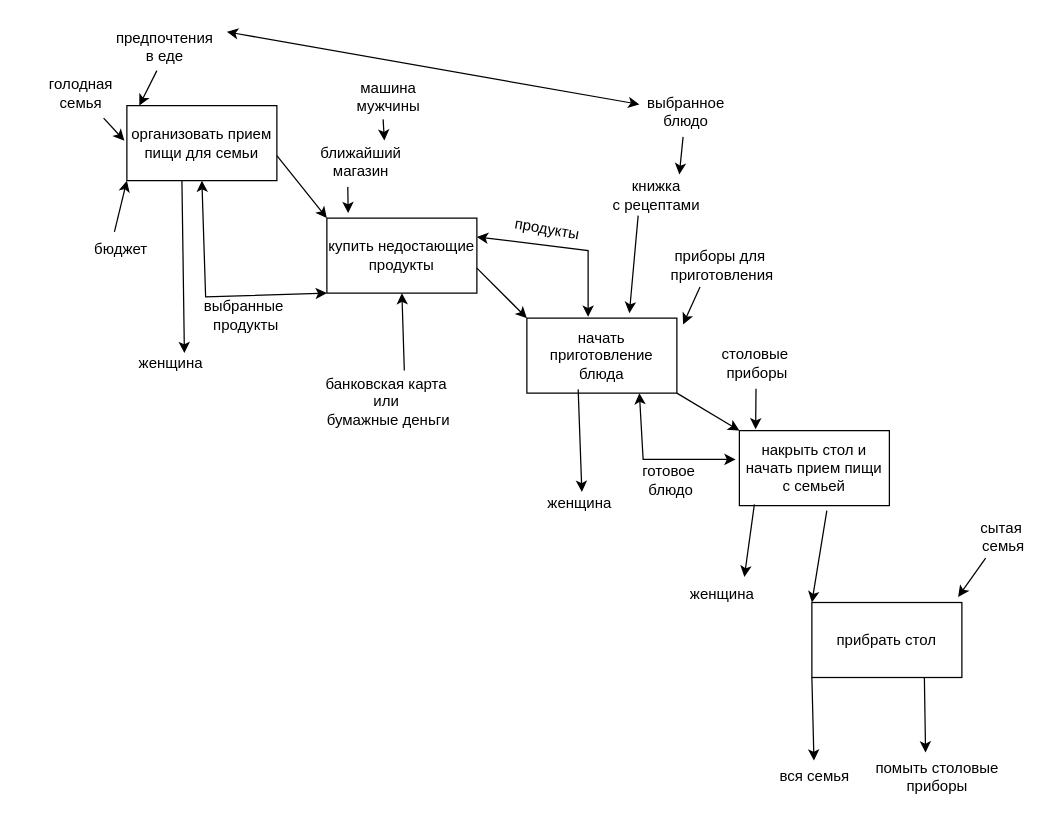
Earlier version of the draw.io diagram Диаграмма без названия.drawio (AndreyTam1337/-). Source tidied: cells renumbered, new cells numbered last; positions are measured from the earlier drawing's top-left corner, leaving out a move shared by most shapes. Both pictures are drawn from the tidied source at 125%, with x=0, y=0 at pixel (36, 21).
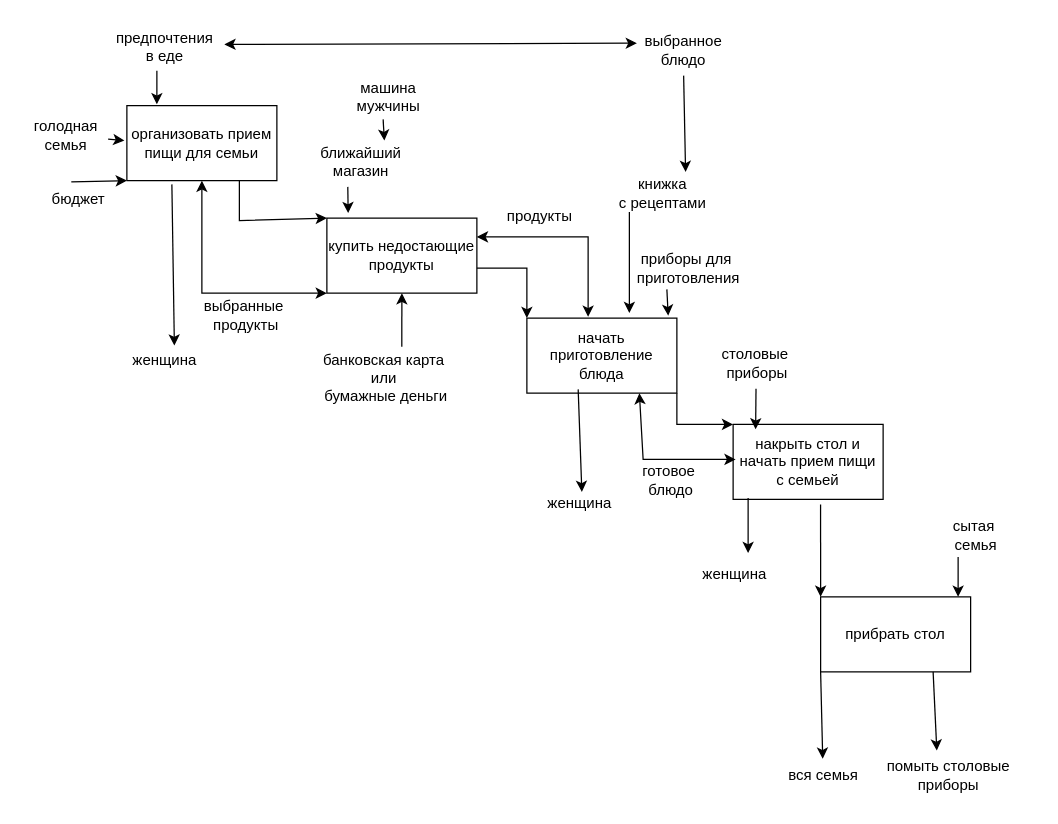
The same page after the edit.

The change refers to these unchanged cells:
```xml
<mxCell id="2" value="организовать прием пищи для семьи" style="rounded=0;whiteSpace=wrap;html=1;" parent="1" vertex="1">
  <mxGeometry x="72" y="67" width="120" height="60" as="geometry" />
</mxCell>
<mxCell id="3" value="купить недостающие продукты" style="rounded=0;whiteSpace=wrap;html=1;" parent="1" vertex="1">
  <mxGeometry x="232" y="157" width="120" height="60" as="geometry" />
</mxCell>
<mxCell id="4" value="начать приготовление блюда" style="rounded=0;whiteSpace=wrap;html=1;" parent="1" vertex="1">
  <mxGeometry x="392" y="237" width="120" height="60" as="geometry" />
</mxCell>
<mxCell id="13" value="предпочтения&lt;div&gt;в еде&lt;/div&gt;" style="text;html=1;align=center;verticalAlign=middle;points=[];strokeColor=none;fillColor=none;" parent="1" vertex="1">
  <mxGeometry x="52" width="100" height="40" as="geometry" />
</mxCell>
```

Change to the diagram source:
```diff
@@
     <mxCell id="5" value="накрыть стол и начать прием пищи с семьей" style="rounded=0;whiteSpace=wrap;html=1;" parent="1" vertex="1">
-      <mxGeometry x="562" y="327" width="120" height="60" as="geometry" />
+      <mxGeometry x="557" y="322" width="120" height="60" as="geometry" />
     </mxCell>
     <mxCell id="6" value="прибрать стол" style="rounded=0;whiteSpace=wrap;html=1;" parent="1" vertex="1">
-      <mxGeometry x="620" y="464.5" width="120" height="60" as="geometry" />
+      <mxGeometry x="627" y="460" width="120" height="60" as="geometry" />
     </mxCell>
     <mxCell id="7" style="endArrow=classic;html=1;rounded=0;" parent="1" edge="1">
       <mxGeometry relative="1" as="geometry">
-        <mxPoint x="192" y="107" as="sourcePoint" />
+        <mxPoint x="162" y="127" as="sourcePoint" />
         <mxPoint x="232" y="157" as="targetPoint" />
+        <Array as="points">
+          <mxPoint x="162" y="159" />
+        </Array>
       </mxGeometry>
     </mxCell>
     <mxCell id="8" style="endArrow=classic;html=1;rounded=0;entryX=0;entryY=0;entryDx=0;entryDy=0;" parent="1" edge="1" target="4">
       <mxGeometry relative="1" as="geometry">
         <mxPoint x="352" y="197" as="sourcePoint" />
+        <Array as="points">
+          <mxPoint x="392" y="197" />
+        </Array>
       </mxGeometry>
     </mxCell>
     <mxCell id="9" style="endArrow=classic;html=1;rounded=0;entryX=0;entryY=0;entryDx=0;entryDy=0;exitX=1;exitY=1;exitDx=0;exitDy=0;" parent="1" edge="1" source="4" target="5">
-      <mxGeometry relative="1" as="geometry" />
+      <mxGeometry relative="1" as="geometry">
+        <Array as="points">
+          <mxPoint x="512" y="322" />
+        </Array>
+      </mxGeometry>
     </mxCell>
@@
     <mxCell id="12" value="бюджет" style="text;html=1;align=center;verticalAlign=middle;points=[];strokeColor=none;fillColor=none;" parent="1" vertex="1">
-      <mxGeometry x="32" y="167" width="70" height="30" as="geometry" />
+      <mxGeometry x="-2.5" y="127" width="70" height="30" as="geometry" />
     </mxCell>
@@
-    <mxCell id="14" style="endArrow=classic;html=1;rounded=0;entryX=0.083;entryY=0;entryDx=0;entryDy=0;entryPerimeter=0;exitX=0.44;exitY=0.975;exitDx=0;exitDy=0;exitPerimeter=0;" parent="1" edge="1" source="13" target="2">
-      <mxGeometry relative="1" as="geometry" />
+    <mxCell id="14" style="endArrow=classic;html=1;rounded=0;exitX=0.44;exitY=0.975;exitDx=0;exitDy=0;exitPerimeter=0;" parent="1" edge="1" source="13">
+      <mxGeometry relative="1" as="geometry">
+        <mxPoint x="96" y="66" as="targetPoint" />
+      </mxGeometry>
     </mxCell>
@@
-    <mxCell id="20" style="endArrow=classic;startArrow=classic;html=1;rounded=0;exitX=0.5;exitY=1;exitDx=0;exitDy=0;entryX=0;entryY=1;entryDx=0;entryDy=0;" parent="1" edge="1" source="2" target="3">
+    <mxCell id="20" style="endArrow=classic;startArrow=classic;html=1;rounded=0;entryX=0;entryY=1;entryDx=0;entryDy=0;exitX=0.5;exitY=1;exitDx=0;exitDy=0;" parent="1" edge="1" source="2" target="3">
       <mxGeometry relative="1" as="geometry">
         <Array as="points">
-          <mxPoint x="135" y="220" />
+          <mxPoint x="132" y="217" />
         </Array>
       </mxGeometry>
     </mxCell>
     <mxCell id="21" value="банковская карта&amp;nbsp;&lt;div&gt;или&amp;nbsp;&lt;/div&gt;&lt;div&gt;бумажные деньги&lt;/div&gt;" style="text;html=1;align=center;verticalAlign=middle;points=[];strokeColor=none;fillColor=none;" parent="1" vertex="1">
-      <mxGeometry x="221" y="274" width="120" height="60" as="geometry" />
+      <mxGeometry x="219" y="255" width="120" height="60" as="geometry" />
     </mxCell>
@@
-    <mxCell id="25" value="продукты" style="text;html=1;align=center;verticalAlign=middle;strokeColor=none;fillColor=none;rotation=10;" parent="1" vertex="1">
-      <mxGeometry x="373" y="153" width="70" height="26" as="geometry" />
+    <mxCell id="25" value="продукты" style="text;html=1;align=center;verticalAlign=middle;strokeColor=none;fillColor=none;rotation=0;" parent="1" vertex="1">
+      <mxGeometry x="367" y="143" width="70" height="26" as="geometry" />
     </mxCell>
     <mxCell id="26" style="endArrow=classic;startArrow=classic;html=1;rounded=0;exitX=1;exitY=0.25;exitDx=0;exitDy=0;" parent="1" edge="1" source="3">
       <mxGeometry relative="1" as="geometry">
         <mxPoint x="441" y="236" as="targetPoint" />
         <Array as="points">
-          <mxPoint x="441" y="183" />
+          <mxPoint x="441" y="172" />
         </Array>
       </mxGeometry>
     </mxCell>
     <mxCell id="27" value="книжка&amp;nbsp;&lt;div&gt;с рецептами&amp;nbsp;&lt;/div&gt;" style="text;html=1;align=center;verticalAlign=middle;points=[];strokeColor=none;fillColor=none;" parent="1" vertex="1">
-      <mxGeometry x="451" y="118" width="91" height="41" as="geometry" />
+      <mxGeometry x="456" y="116" width="91" height="41" as="geometry" />
     </mxCell>
-    <mxCell id="28" style="endArrow=classic;html=1;rounded=0;exitX=0.33;exitY=0.902;exitDx=0;exitDy=0;exitPerimeter=0;" parent="1" edge="1" source="27">
+    <mxCell id="28" style="endArrow=classic;html=1;rounded=0;" parent="1" edge="1">
       <mxGeometry relative="1" as="geometry">
+        <mxPoint x="474" y="152" as="sourcePoint" />
         <mxPoint x="474" y="233" as="targetPoint" />
       </mxGeometry>
     </mxCell>
     <mxCell id="29" value="выбранное&lt;br&gt;блюдо" style="text;html=1;align=center;verticalAlign=middle;points=[];strokeColor=none;fillColor=none;" parent="1" vertex="1">
-      <mxGeometry x="479" y="51" width="80" height="41" as="geometry" />
+      <mxGeometry x="477" y="2" width="80" height="41" as="geometry" />
     </mxCell>
@@
-    <mxCell id="31" style="endArrow=classic;startArrow=classic;html=1;rounded=0;entryX=0.038;entryY=0.366;entryDx=0;entryDy=0;entryPerimeter=0;exitX=1;exitY=0.2;exitDx=0;exitDy=0;exitPerimeter=0;" parent="1" edge="1" source="13" target="29">
+    <mxCell id="31" style="endArrow=classic;startArrow=classic;html=1;rounded=0;entryX=0.038;entryY=0.366;entryDx=0;entryDy=0;entryPerimeter=0;exitX=0.98;exitY=0.45;exitDx=0;exitDy=0;exitPerimeter=0;" parent="1" edge="1" source="13" target="29">
       <mxGeometry relative="1" as="geometry" />
     </mxCell>
     <mxCell id="32" value="приборы для&amp;nbsp;&lt;div&gt;приготовления&lt;/div&gt;" style="text;html=1;align=center;verticalAlign=middle;points=[];strokeColor=none;fillColor=none;" parent="1" vertex="1">
-      <mxGeometry x="497.5" y="174" width="100" height="41" as="geometry" />
+      <mxGeometry x="471" y="176" width="100" height="41" as="geometry" />
     </mxCell>
-    <mxCell id="33" style="endArrow=classic;html=1;rounded=0;exitX=0.33;exitY=0.927;exitDx=0;exitDy=0;exitPerimeter=0;" parent="1" edge="1" source="32">
-      <mxGeometry relative="1" as="geometry">
-        <mxPoint x="517" y="242" as="targetPoint" />
-      </mxGeometry>
+    <mxCell id="33" style="endArrow=classic;html=1;rounded=0;exitX=0.33;exitY=0.927;exitDx=0;exitDy=0;exitPerimeter=0;entryX=0.942;entryY=-0.033;entryDx=0;entryDy=0;entryPerimeter=0;" parent="1" edge="1" source="32" target="4">
+      <mxGeometry relative="1" as="geometry" />
     </mxCell>
     <mxCell id="34" value="женщина" style="text;html=1;align=center;verticalAlign=middle;points=[];strokeColor=none;fillColor=none;" parent="1" vertex="1">
-      <mxGeometry x="72" y="260" width="69" height="26" as="geometry" />
+      <mxGeometry x="67.5" y="258" width="69" height="26" as="geometry" />
     </mxCell>
-    <mxCell id="35" style="endArrow=classic;html=1;rounded=0;entryX=0.667;entryY=0.192;entryDx=0;entryDy=0;entryPerimeter=0;exitX=0.367;exitY=1;exitDx=0;exitDy=0;exitPerimeter=0;" parent="1" edge="1" source="2" target="34">
-      <mxGeometry relative="1" as="geometry" />
+    <mxCell id="35" style="endArrow=classic;html=1;rounded=0;" parent="1" edge="1">
+      <mxGeometry relative="1" as="geometry">
+        <mxPoint x="108" y="130" as="sourcePoint" />
+        <mxPoint x="110" y="259" as="targetPoint" />
+      </mxGeometry>
     </mxCell>
     <mxCell id="36" value="женщина" style="text;html=1;align=center;verticalAlign=middle;points=[];strokeColor=none;fillColor=none;" parent="1" vertex="1">
-      <mxGeometry x="513" y="445" width="69" height="26" as="geometry" />
+      <mxGeometry x="523" y="429" width="69" height="26" as="geometry" />
     </mxCell>
-    <mxCell id="37" style="endArrow=classic;html=1;rounded=0;entryX=0.768;entryY=-0.038;entryDx=0;entryDy=0;entryPerimeter=0;exitX=0.1;exitY=0.983;exitDx=0;exitDy=0;exitPerimeter=0;" parent="1" edge="1" source="5" target="36">
-      <mxGeometry relative="1" as="geometry" />
+    <mxCell id="37" style="endArrow=classic;html=1;rounded=0;exitX=0.1;exitY=0.983;exitDx=0;exitDy=0;exitPerimeter=0;" parent="1" edge="1" source="5">
+      <mxGeometry relative="1" as="geometry">
+        <mxPoint x="569" y="425" as="targetPoint" />
+      </mxGeometry>
     </mxCell>
@@
     <mxCell id="42" value="вся семья" style="text;html=1;align=center;verticalAlign=middle;points=[];strokeColor=none;fillColor=none;" parent="1" vertex="1">
-      <mxGeometry x="585" y="591" width="74" height="26" as="geometry" />
+      <mxGeometry x="592" y="589.5" width="74" height="26" as="geometry" />
     </mxCell>
@@
     <mxCell id="44" value="помыть столовые&lt;div&gt;приборы&lt;/div&gt;" style="text;html=1;align=center;verticalAlign=middle;points=[];strokeColor=none;fillColor=none;" parent="1" vertex="1">
-      <mxGeometry x="662" y="583.5" width="116" height="41" as="geometry" />
+      <mxGeometry x="671" y="582" width="116" height="41" as="geometry" />
     </mxCell>
@@
     <mxCell id="46" value="голодная&lt;div&gt;семья&lt;/div&gt;" style="text;html=1;align=center;verticalAlign=middle;points=[];strokeColor=none;fillColor=none;" parent="1" vertex="1">
-      <mxGeometry y="36" width="69" height="41" as="geometry" />
+      <mxGeometry x="-12" y="70" width="69" height="41" as="geometry" />
     </mxCell>
@@
     <mxCell id="48" value="сытая&amp;nbsp;&lt;div&gt;семья&lt;/div&gt;" style="text;html=1;align=center;verticalAlign=middle;points=[];strokeColor=none;fillColor=none;" parent="1" vertex="1">
-      <mxGeometry x="745" y="391" width="55" height="41" as="geometry" />
+      <mxGeometry x="723" y="390" width="55" height="41" as="geometry" />
     </mxCell>
```
